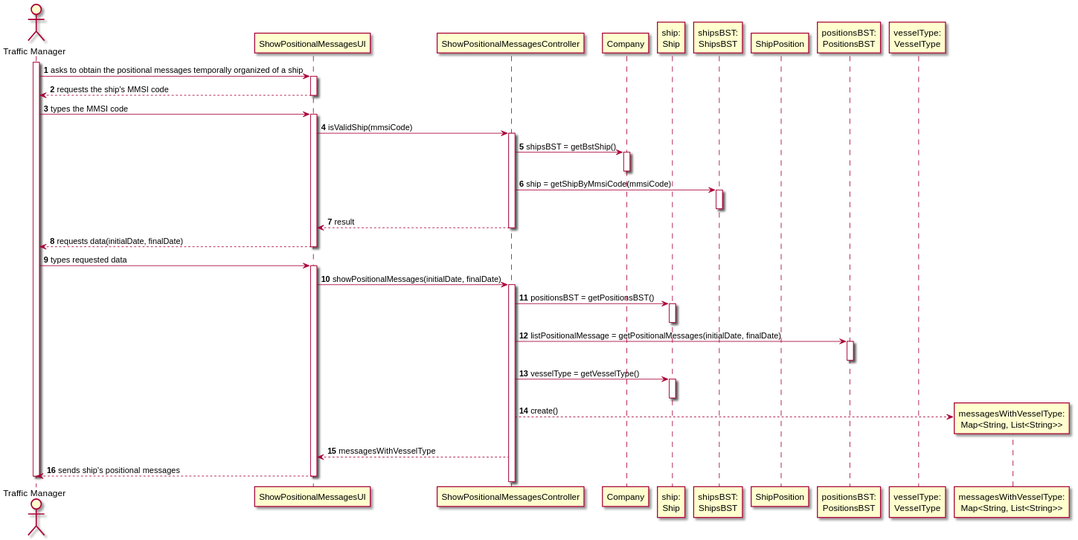
Earlier version of the PlantUML export docs/US103/US103_SD.svg (ana-albergaria/LAPR3-ISEP).
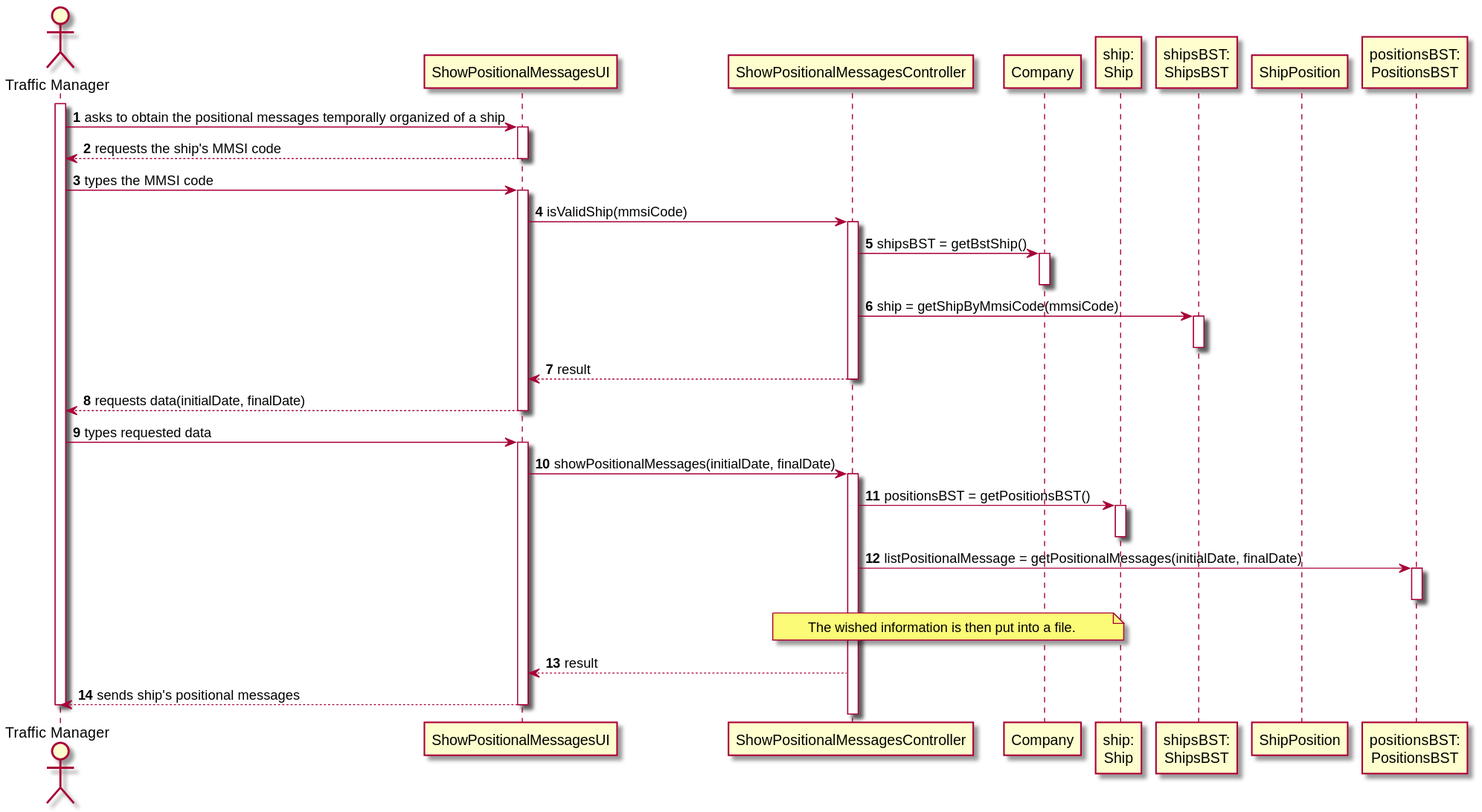
After the change.

The edit, as a diff of the source:
```diff
@@ -10,8 +10,6 @@
 participant "shipsBST:\nShipsBST" as BstShip
 participant "ShipPosition" as SP
 participant "positionsBST:\nPositionsBST" as BstPosition
-participant "vesselType:\nVesselType" as VESSEL_TYPE
-participant "messagesWithVesselType:\nMap<String, List<String>>" as MAP
 
 
 activate TM
@@ -43,11 +41,10 @@
 CTRL -> BstPosition : listPositionalMessage = getPositionalMessages(initialDate, finalDate)
 activate BstPosition
 deactivate BstPosition
-CTRL -> S : vesselType = getVesselType()
-activate S
-deactivate S
-CTRL --> MAP** : create()
-CTRL --> UI : messagesWithVesselType
+note over CTRL, COMP
+The wished information is then put into a file.
+end note
+CTRL --> UI : result
 "UI" --> TM : sends ship's positional messages
 
 deactivate "UI"
```
